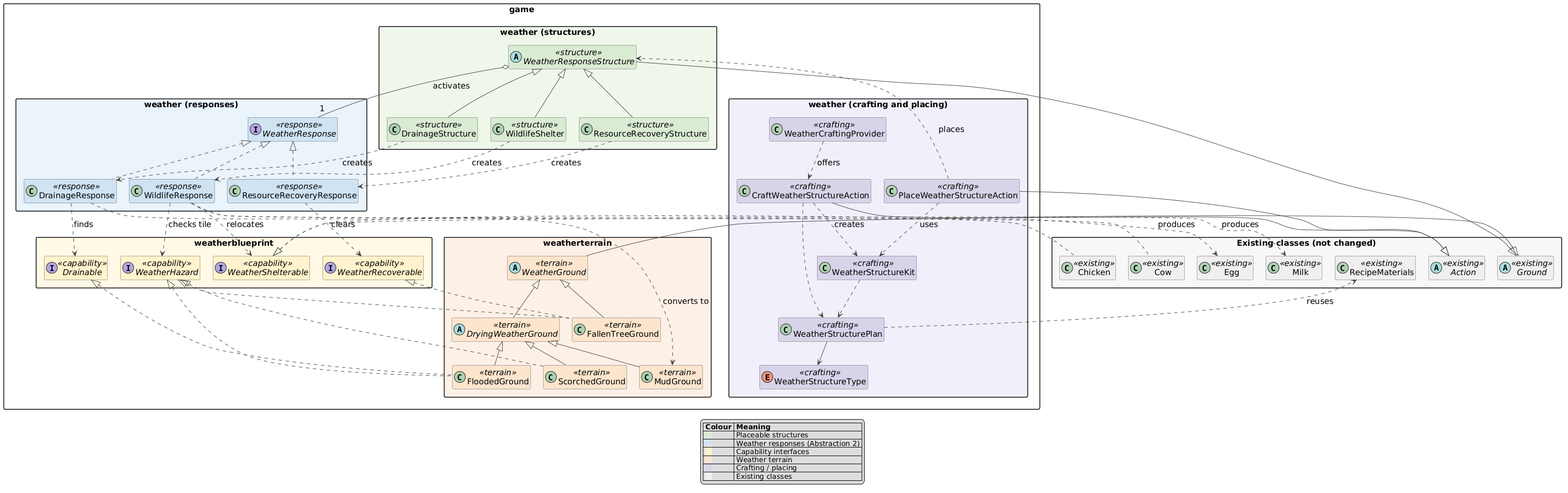
Earlier version of the PlantUML export docs/design/A3-Req5.png (light1234-hub/StackQueueValley). The source it was exported from:
```plantuml
@startuml
top to bottom direction
skinparam shadowing false
skinparam classAttributeIconSize 0
skinparam defaultFontSize 16
skinparam nodesep 25
skinparam ranksep 45
skinparam ArrowColor #444444
skinparam packageStyle rectangle
skinparam class {
  BorderColor #555555
  BackgroundColor<<existing>>   #EEEEEE
  BackgroundColor<<structure>>  #D9EAD3
  BackgroundColor<<response>>   #CFE2F3
  BackgroundColor<<capability>> #FFF2CC
  BackgroundColor<<terrain>>    #FCE5CD
  BackgroundColor<<crafting>>   #D9D2E9
}
hide empty members

package "game.weather (structures)" #EEF7EA {
  abstract class WeatherResponseStructure <<structure>>
  class DrainageStructure <<structure>>
  class WildlifeShelter <<structure>>
  class ResourceRecoveryStructure <<structure>>
}

package "game.weather (responses)" #EAF2FB {
  interface WeatherResponse <<response>>
  class DrainageResponse <<response>>
  class WildlifeResponse <<response>>
  class ResourceRecoveryResponse <<response>>
}

package "game.weatherblueprint" #FFF9E5 {
  interface Drainable <<capability>>
  interface WeatherHazard <<capability>>
  interface WeatherRecoverable <<capability>>
  interface WeatherShelterable <<capability>>
}

package "game.weatherterrain" #FDF1E6 {
  abstract class WeatherGround <<terrain>>
  abstract class DryingWeatherGround <<terrain>>
  class FloodedGround <<terrain>>
  class MudGround <<terrain>>
  class ScorchedGround <<terrain>>
  class FallenTreeGround <<terrain>>
}

package "game.weather (crafting and placing)" #F1EEF9 {
  enum WeatherStructureType <<crafting>>
  class WeatherStructurePlan <<crafting>>
  class WeatherStructureKit <<crafting>>
  class WeatherCraftingProvider <<crafting>>
  class CraftWeatherStructureAction <<crafting>>
  class PlaceWeatherStructureAction <<crafting>>
}

package "Existing classes (not changed)" #F7F7F7 {
  abstract class Ground <<existing>>
  abstract class Action <<existing>>
  class RecipeMaterials <<existing>>
  class Chicken <<existing>>
  class Cow <<existing>>
  class Egg <<existing>>
  class Milk <<existing>>
}

Ground <|-- WeatherResponseStructure
WeatherResponseStructure <|-- DrainageStructure
WeatherResponseStructure <|-- WildlifeShelter
WeatherResponseStructure <|-- ResourceRecoveryStructure

WeatherResponse <|.. DrainageResponse
WeatherResponse <|.. WildlifeResponse
WeatherResponse <|.. ResourceRecoveryResponse

Ground <|-- WeatherGround
WeatherGround <|-- DryingWeatherGround
WeatherGround <|-- FallenTreeGround
DryingWeatherGround <|-- FloodedGround
DryingWeatherGround <|-- MudGround
DryingWeatherGround <|-- ScorchedGround

WeatherHazard <|.. FloodedGround
WeatherHazard <|.. ScorchedGround
WeatherHazard <|.. FallenTreeGround
Drainable <|.. FloodedGround
WeatherRecoverable <|.. FallenTreeGround
WeatherShelterable <|.. Chicken
WeatherShelterable <|.. Cow

Action <|-- CraftWeatherStructureAction
Action <|-- PlaceWeatherStructureAction

WeatherResponseStructure o-- "1" WeatherResponse : activates
DrainageStructure ..> DrainageResponse : creates
WildlifeShelter ..> WildlifeResponse : creates
ResourceRecoveryStructure ..> ResourceRecoveryResponse : creates

DrainageResponse ..> Drainable : finds
DrainageResponse ..> MudGround : converts to
WildlifeResponse ..> WeatherHazard : checks tile
WildlifeResponse ..> WeatherShelterable : relocates
WildlifeResponse ..> Egg : produces
WildlifeResponse ..> Milk : produces
ResourceRecoveryResponse ..> WeatherRecoverable : clears

WeatherStructurePlan --> WeatherStructureType
WeatherStructurePlan ..> RecipeMaterials : reuses
WeatherStructureKit ..> WeatherStructurePlan
WeatherCraftingProvider ..> CraftWeatherStructureAction : offers
CraftWeatherStructureAction ..> WeatherStructurePlan
CraftWeatherStructureAction ..> WeatherStructureKit : creates
PlaceWeatherStructureAction ..> WeatherStructureKit : uses
PlaceWeatherStructureAction ..> WeatherResponseStructure : places

DrainageStructure -[hidden]down-> WeatherResponse
WildlifeResponse -[hidden]down-> Drainable
WeatherShelterable -[hidden]down-> WeatherGround
FallenTreeGround -[hidden]down-> WeatherStructureType
WeatherCraftingProvider -[hidden]down-> Action

legend bottom
  |= Colour |= Meaning |
  | <back:#D9EAD3>   </back> | Placeable structures |
  | <back:#CFE2F3>   </back> | Weather responses (Abstraction 2) |
  | <back:#FFF2CC>   </back> | Capability interfaces |
  | <back:#FCE5CD>   </back> | Weather terrain |
  | <back:#D9D2E9>   </back> | Crafting / placing |
  | <back:#EEEEEE>   </back> | Existing classes |
endlegend
@enduml
```
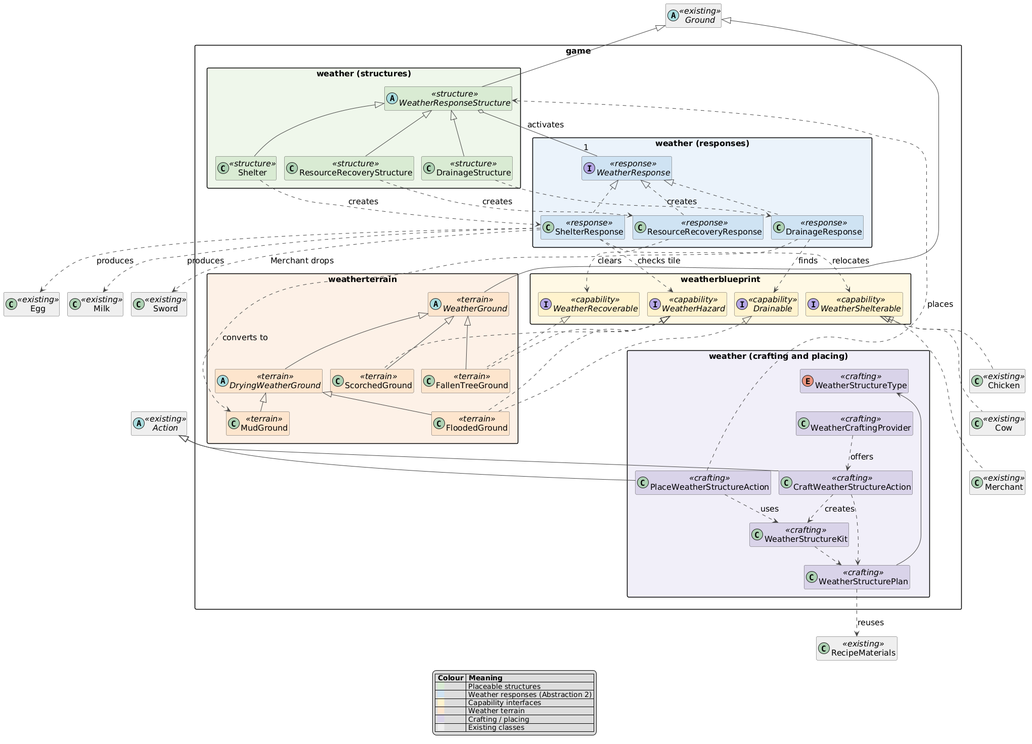
The same diagram one commit later.

What changed in the source:
```diff
@@ -3,8 +3,8 @@
 skinparam shadowing false
 skinparam classAttributeIconSize 0
 skinparam defaultFontSize 16
-skinparam nodesep 25
-skinparam ranksep 45
+skinparam nodesep 15
+skinparam ranksep 35
 skinparam ArrowColor #444444
 skinparam packageStyle rectangle
 skinparam class {
@@ -21,14 +21,14 @@
 package "game.weather (structures)" #EEF7EA {
   abstract class WeatherResponseStructure <<structure>>
   class DrainageStructure <<structure>>
-  class WildlifeShelter <<structure>>
+  class Shelter <<structure>>
   class ResourceRecoveryStructure <<structure>>
 }
 
 package "game.weather (responses)" #EAF2FB {
   interface WeatherResponse <<response>>
   class DrainageResponse <<response>>
-  class WildlifeResponse <<response>>
+  class ShelterResponse <<response>>
   class ResourceRecoveryResponse <<response>>
 }
 
@@ -57,23 +57,23 @@
   class PlaceWeatherStructureAction <<crafting>>
 }
 
-package "Existing classes (not changed)" #F7F7F7 {
-  abstract class Ground <<existing>>
-  abstract class Action <<existing>>
-  class RecipeMaterials <<existing>>
-  class Chicken <<existing>>
-  class Cow <<existing>>
-  class Egg <<existing>>
-  class Milk <<existing>>
-}
+abstract class Ground <<existing>>
+abstract class Action <<existing>>
+class RecipeMaterials <<existing>>
+class Chicken <<existing>>
+class Cow <<existing>>
+class Merchant <<existing>>
+class Sword <<existing>>
+class Egg <<existing>>
+class Milk <<existing>>
 
 Ground <|-- WeatherResponseStructure
 WeatherResponseStructure <|-- DrainageStructure
-WeatherResponseStructure <|-- WildlifeShelter
+WeatherResponseStructure <|-- Shelter
 WeatherResponseStructure <|-- ResourceRecoveryStructure
 
 WeatherResponse <|.. DrainageResponse
-WeatherResponse <|.. WildlifeResponse
+WeatherResponse <|.. ShelterResponse
 WeatherResponse <|.. ResourceRecoveryResponse
 
 Ground <|-- WeatherGround
@@ -81,7 +81,7 @@
 WeatherGround <|-- FallenTreeGround
 DryingWeatherGround <|-- FloodedGround
 DryingWeatherGround <|-- MudGround
-DryingWeatherGround <|-- ScorchedGround
+WeatherGround <|-- ScorchedGround
 
 WeatherHazard <|.. FloodedGround
 WeatherHazard <|.. ScorchedGround
@@ -90,21 +90,23 @@
 WeatherRecoverable <|.. FallenTreeGround
 WeatherShelterable <|.. Chicken
 WeatherShelterable <|.. Cow
+WeatherShelterable <|.. Merchant
 
 Action <|-- CraftWeatherStructureAction
 Action <|-- PlaceWeatherStructureAction
 
 WeatherResponseStructure o-- "1" WeatherResponse : activates
 DrainageStructure ..> DrainageResponse : creates
-WildlifeShelter ..> WildlifeResponse : creates
+Shelter ..> ShelterResponse : creates
 ResourceRecoveryStructure ..> ResourceRecoveryResponse : creates
 
 DrainageResponse ..> Drainable : finds
 DrainageResponse ..> MudGround : converts to
-WildlifeResponse ..> WeatherHazard : checks tile
-WildlifeResponse ..> WeatherShelterable : relocates
-WildlifeResponse ..> Egg : produces
-WildlifeResponse ..> Milk : produces
+ShelterResponse ..> WeatherHazard : checks tile
+ShelterResponse ..> WeatherShelterable : relocates
+ShelterResponse ..> Egg : produces
+ShelterResponse ..> Milk : produces
+ShelterResponse ..> Sword : Merchant drops
 ResourceRecoveryResponse ..> WeatherRecoverable : clears
 
 WeatherStructurePlan --> WeatherStructureType
@@ -117,10 +119,14 @@
 PlaceWeatherStructureAction ..> WeatherResponseStructure : places
 
 DrainageStructure -[hidden]down-> WeatherResponse
-WildlifeResponse -[hidden]down-> Drainable
-WeatherShelterable -[hidden]down-> WeatherGround
-FallenTreeGround -[hidden]down-> WeatherStructureType
-WeatherCraftingProvider -[hidden]down-> Action
+WeatherResponse -[hidden]down-> Drainable
+Drainable -[hidden]down-> WeatherGround
+WeatherGround -[hidden]down-> WeatherStructureType
+WeatherStructureType -[hidden]down-> WeatherCraftingProvider
+Chicken -[hidden]down-> Cow
+Cow -[hidden]down-> Merchant
+Egg -[hidden]right-> Milk
+Milk -[hidden]right-> Sword
 
 legend bottom
   |= Colour |= Meaning |
```
